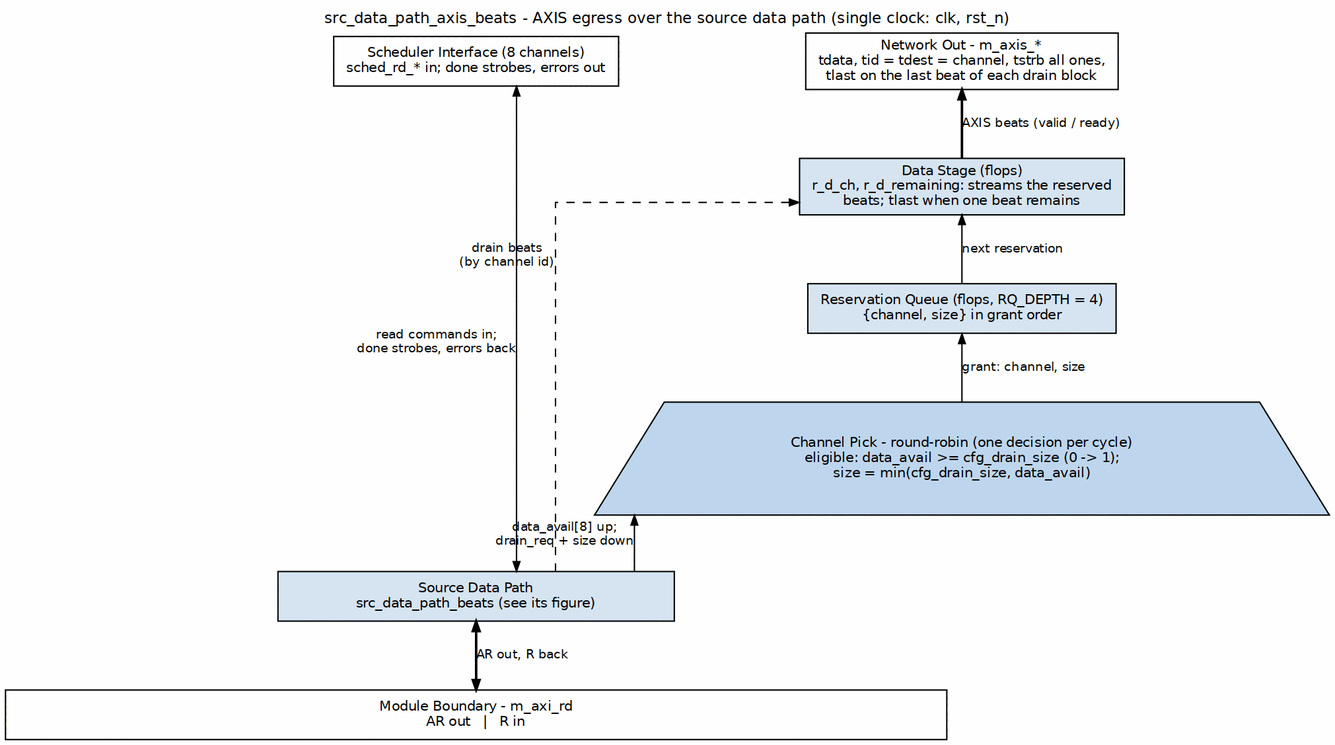
The Graphviz diagram projects/components/dma-ip/rapids/docs/rapids_beats_mas/assets/graphviz/17_source_data_path_axis.png in sean-galloway/RTLDesignSherpa, before a commit. Its source is kept beside it as projects/components/dma-ip/rapids/docs/rapids_beats_mas/assets/graphviz/17_source_data_path_axis.dot.
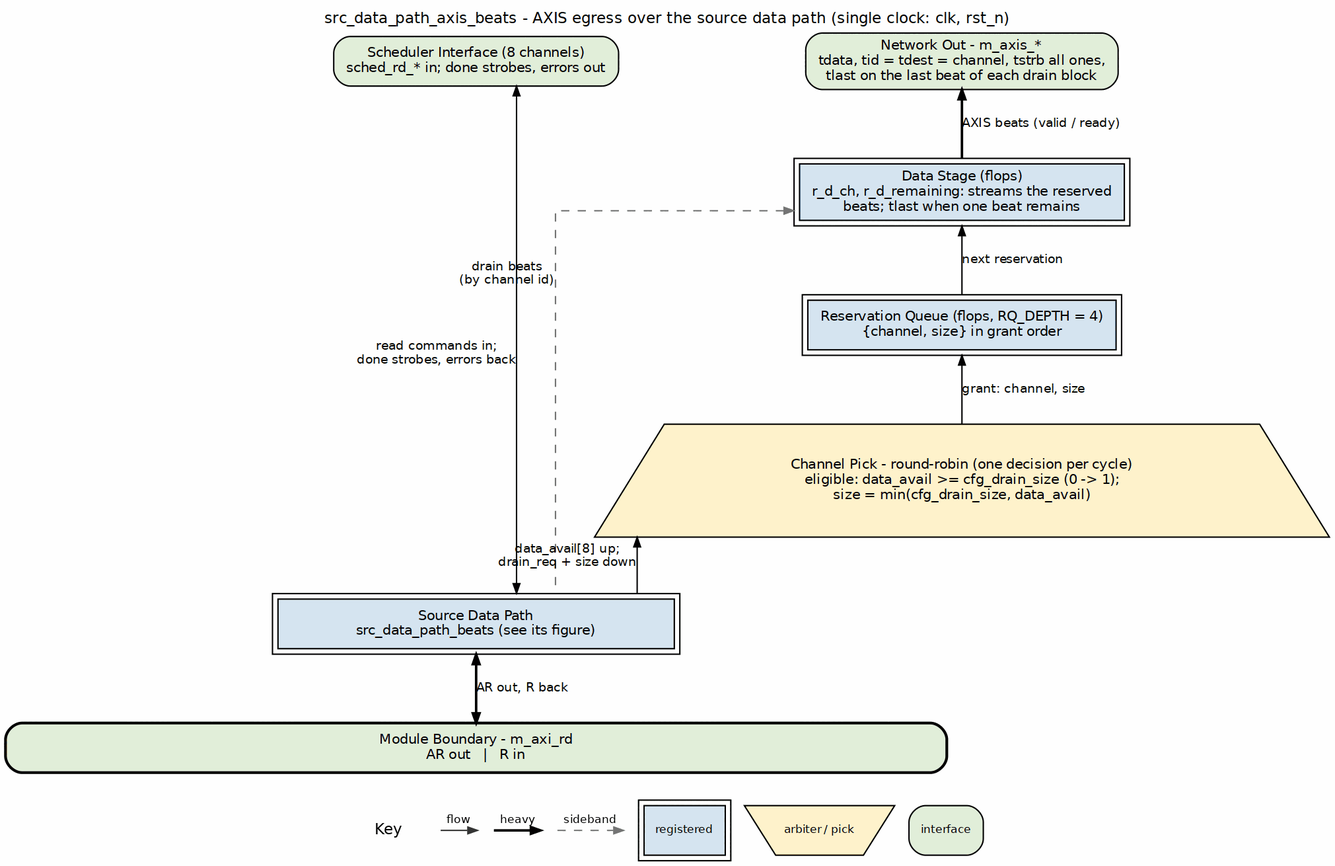
Above is the later version.

Change to the diagram source:
```diff
@@ -4,16 +4,16 @@
            label="src_data_path_axis_beats - AXIS egress over the source data path (single clock: clk, rst_n)",
            labelloc=t, labeljust=c];
     node  [fontname="Helvetica", fontsize=10, shape=box, style=filled,
-           fillcolor="#D6E4F0", color="black", margin="0.12,0.06"];
+           fillcolor="white", color="black", margin="0.12,0.06"];
     edge  [fontname="Helvetica", fontsize=9, color="black", arrowsize=0.7];
 
-    sched [label="Scheduler Interface (8 channels)\nsched_rd_* in; done strobes, errors out", fillcolor="white", group=C];
-    axis  [label="Network Out - m_axis_*\ntdata, tid = tdest = channel, tstrb all ones,\ntlast on the last beat of each drain block", fillcolor="white", group=R];
-    stream [label="Data Stage (flops)\nr_d_ch, r_d_remaining: streams the reserved\nbeats; tlast when one beat remains", group=R];
-    rq    [label="Reservation Queue (flops, RQ_DEPTH = 4)\n{channel, size} in grant order", group=R];
-    pick  [label="Channel Pick - round-robin (one decision per cycle)\neligible: data_avail >= cfg_drain_size (0 -> 1);\nsize = min(cfg_drain_size, data_avail)", shape=polygon, sides=4, distortion=-0.15, width=5.0, fillcolor="#BFD7EE", group=R];
-    dp    [label="Source Data Path\nsrc_data_path_beats (see its figure)", width=4.0, group=C];
-    bar   [label="Module Boundary - m_axi_rd\nAR out   |   R in", fillcolor="white", width=9.5];
+    sched [label="Scheduler Interface (8 channels)\nsched_rd_* in; done strobes, errors out", fillcolor="white", group=C, style="rounded,filled", fillcolor="#E2EFDA"];
+    axis  [label="Network Out - m_axis_*\ntdata, tid = tdest = channel, tstrb all ones,\ntlast on the last beat of each drain block", fillcolor="white", group=R, style="rounded,filled", fillcolor="#E2EFDA"];
+    stream [label="Data Stage (flops)\nr_d_ch, r_d_remaining: streams the reserved\nbeats; tlast when one beat remains", group=R, peripheries=2, style="filled", fillcolor="#D6E4F0"];
+    rq    [label="Reservation Queue (flops, RQ_DEPTH = 4)\n{channel, size} in grant order", group=R, peripheries=2, style="filled", fillcolor="#D6E4F0"];
+    pick  [label="Channel Pick - round-robin (one decision per cycle)\neligible: data_avail >= cfg_drain_size (0 -> 1);\nsize = min(cfg_drain_size, data_avail)", shape=polygon, sides=4, distortion=-0.15, width=5.0, fillcolor="#BFD7EE", group=R, style="filled", fillcolor="#FFF2CC"];
+    dp    [label="Source Data Path\nsrc_data_path_beats (see its figure)", width=4.0, group=C, peripheries=2, style="filled", fillcolor="#D6E4F0"];
+    bar   [label="Module Boundary - m_axi_rd\nAR out   |   R in", fillcolor="white", width=9.5, style="rounded,filled,bold", fillcolor="#E2EFDA"];
 
     sched -> dp    [dir=both, xlabel="read commands in;\ndone strobes, errors back"];
     dp    -> bar   [dir=both, label="AR out, R back", penwidth=1.8];
@@ -21,7 +21,7 @@
     rq    -> pick  [dir=back, label="grant: channel, size"];
     stream -> rq   [dir=back, label="next reservation"];
     axis  -> stream [dir=back, label="AXIS beats (valid / ready)", penwidth=1.8];
-    stream -> dp   [dir=back, style=dashed, constraint=false, xlabel="drain beats\n(by channel id)"];
+    stream -> dp   [dir=back, style=dashed, color="#777777", constraint=false, xlabel="drain beats\n(by channel id)"];
 
     { rank=same; sched; axis; }
     sched -> axis [style=invis];
```
